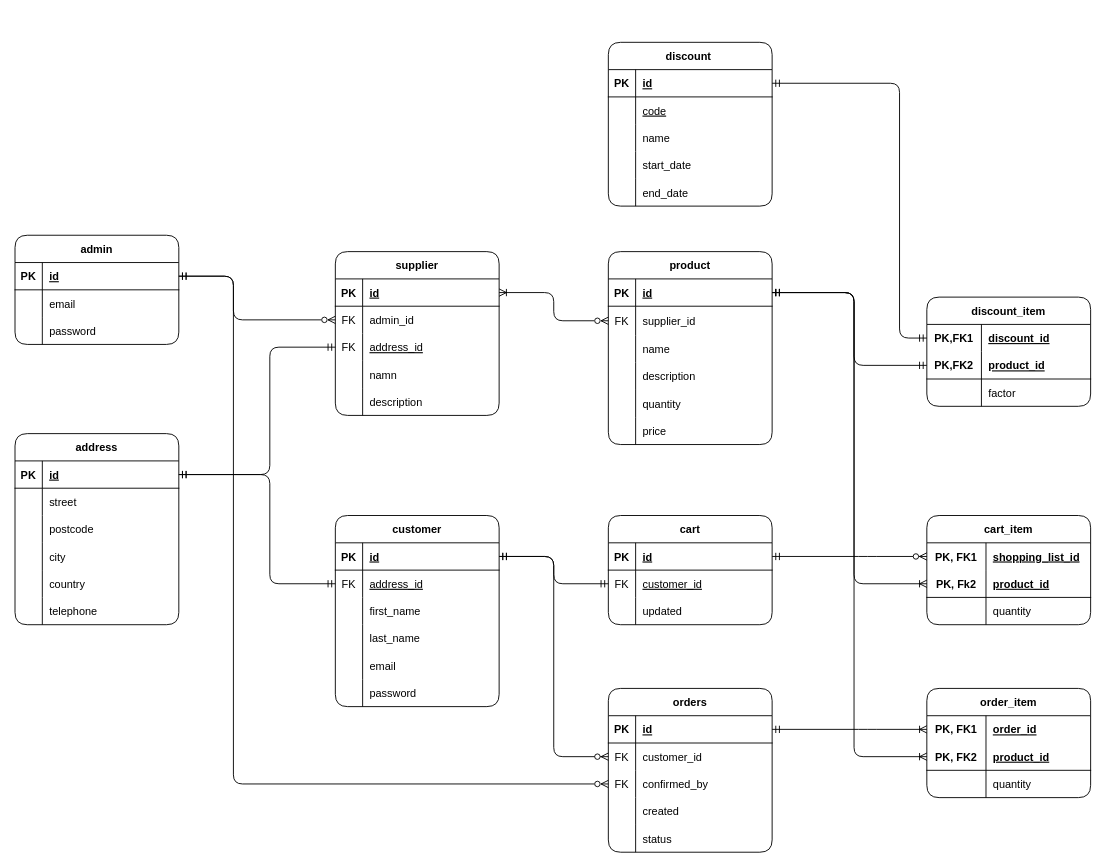
This is project/res/online_store.drawio from mnerv/log_horizon_scrub, a draw.io file, before an edit. Source tidied: cells renumbered, new cells numbered last; positions are measured from the earlier drawing's top-left corner, leaving out a move shared by most shapes. Both pictures are drawn from the tidied source at 91%, with x=0, y=0 at pixel (15, 42).
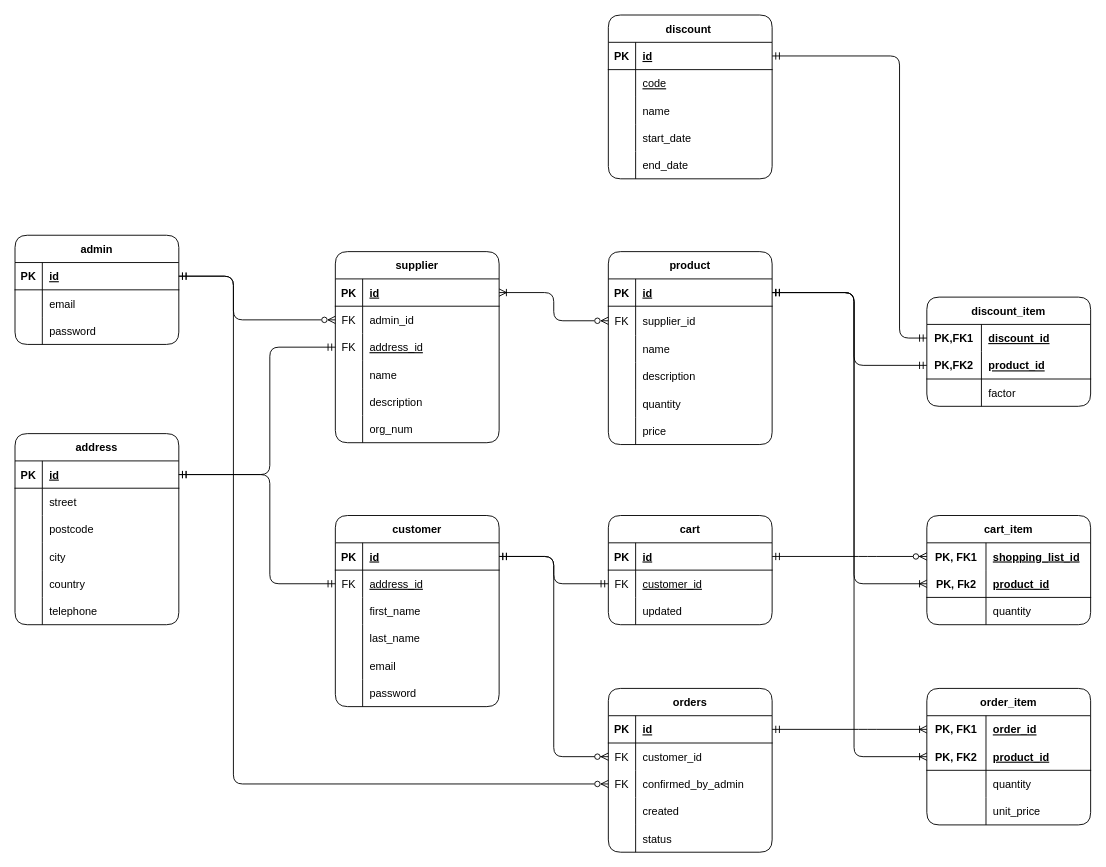
The same page after the edit.

Commit message:
project: order_item include unit price

This is for keeping track of prices after a discount has been applied.

The change refers to these unchanged cells:
```xml
<mxCell id="50" style="shape=tableRow;horizontal=0;startSize=0;swimlaneHead=0;swimlaneBody=0;fillColor=none;points=[[0,0.5],[1,0.5]];portConstraint=eastwest;top=0;left=0;right=0;bottom=0;" parent="43" vertex="1">
  <mxGeometry y="90" width="180" height="30" as="geometry" />
</mxCell>
<mxCell id="102" style="shape=tableRow;horizontal=0;startSize=0;swimlaneHead=0;swimlaneBody=0;fillColor=none;top=0;left=0;right=0;bottom=0;" parent="92" vertex="1">
  <mxGeometry y="120" width="180" height="30" as="geometry" />
</mxCell>
<mxCell id="141" style="shape=tableRow;horizontal=0;startSize=0;swimlaneHead=0;swimlaneBody=0;fillColor=none;points=[[0,0.5],[1,0.5]];portConstraint=eastwest;top=0;left=0;right=0;bottom=1;" parent="140" vertex="1">
  <mxGeometry y="30" width="180" height="30" as="geometry" />
</mxCell>
<mxCell id="157" style="shape=tableRow;horizontal=0;startSize=0;swimlaneHead=0;swimlaneBody=0;fillColor=none;points=[[0,0.5],[1,0.5]];portConstraint=eastwest;top=0;left=0;right=0;bottom=0;" parent="156" vertex="1">
  <mxGeometry y="30" width="180" height="30" as="geometry" />
</mxCell>
```

Change to the diagram source:
```diff
@@
-    <mxCell id="52" value="confirmed_by" style="shape=partialRectangle;fillColor=none;top=0;left=0;bottom=0;right=0;align=left;spacingLeft=6;fontStyle=0;overflow=hidden;" parent="50" vertex="1">
+    <mxCell id="52" value="confirmed_by_admin" style="shape=partialRectangle;fillColor=none;top=0;left=0;bottom=0;right=0;align=left;spacingLeft=6;fontStyle=0;overflow=hidden;" parent="50" vertex="1">
       <mxGeometry x="30" width="150" height="30" as="geometry" />
     </mxCell>
@@
     <mxCell id="59" value="order_item" style="shape=table;startSize=30;childLayout=tableLayout;rowLines=0;fontStyle=1;align=center;rounded=1;" parent="1" vertex="1">
-      <mxGeometry x="1002" y="710" width="180" height="120" as="geometry" />
+      <mxGeometry x="1002" y="710" width="180" height="150" as="geometry" />
     </mxCell>
@@
+    <mxCell id="170" style="shape=tableRow;horizontal=0;startSize=0;swimlaneHead=0;swimlaneBody=0;fillColor=none;top=0;left=0;right=0;bottom=0;rounded=1;" parent="59" vertex="1">
+      <mxGeometry y="120" width="180" height="30" as="geometry" />
+    </mxCell>
+    <mxCell id="171" style="shape=partialRectangle;fillColor=none;top=0;left=0;bottom=0;right=0;overflow=hidden;rounded=1;" parent="170" vertex="1">
+      <mxGeometry width="65" height="30" as="geometry" />
+    </mxCell>
+    <mxCell id="172" value="unit_price" style="shape=partialRectangle;fillColor=none;top=0;left=0;bottom=0;right=0;align=left;spacingLeft=6;overflow=hidden;rounded=1;" parent="170" vertex="1">
+      <mxGeometry x="65" width="115" height="30" as="geometry" />
+    </mxCell>
@@
     <mxCell id="92" value="supplier" style="shape=table;startSize=30;childLayout=tableLayout;rowLines=0;fontStyle=1;align=center;rounded=1;" parent="1" vertex="1">
-      <mxGeometry x="352" y="230" width="180" height="180" as="geometry" />
+      <mxGeometry x="352" y="230" width="180" height="210" as="geometry" />
     </mxCell>
@@
-    <mxCell id="104" value="namn" style="shape=partialRectangle;fillColor=none;top=0;left=0;bottom=0;right=0;align=left;spacingLeft=6;overflow=hidden;" parent="102" vertex="1">
+    <mxCell id="104" value="name" style="shape=partialRectangle;fillColor=none;top=0;left=0;bottom=0;right=0;align=left;spacingLeft=6;overflow=hidden;" parent="102" vertex="1">
       <mxGeometry x="30" width="150" height="30" as="geometry" />
     </mxCell>
@@
+    <mxCell id="173" style="shape=tableRow;horizontal=0;startSize=0;swimlaneHead=0;swimlaneBody=0;fillColor=none;top=0;left=0;right=0;bottom=0;rounded=1;" parent="92" vertex="1">
+      <mxGeometry y="180" width="180" height="30" as="geometry" />
+    </mxCell>
+    <mxCell id="174" style="shape=partialRectangle;fillColor=none;top=0;left=0;bottom=0;right=0;overflow=hidden;rounded=1;" parent="173" vertex="1">
+      <mxGeometry width="30" height="30" as="geometry" />
+    </mxCell>
+    <mxCell id="175" value="org_num" style="shape=partialRectangle;fillColor=none;top=0;left=0;bottom=0;right=0;align=left;spacingLeft=6;overflow=hidden;rounded=1;" parent="173" vertex="1">
+      <mxGeometry x="30" width="150" height="30" as="geometry" />
+    </mxCell>
@@
     <mxCell id="140" value="discount " style="shape=table;startSize=30;childLayout=tableLayout;rowLines=0;fontStyle=1;align=center;rounded=1;" parent="1" vertex="1">
-      <mxGeometry x="652" width="180" height="180" as="geometry" />
+      <mxGeometry x="652" y="-30" width="180" height="180" as="geometry" />
     </mxCell>
@@
     <mxCell id="166" style="edgeStyle=orthogonalEdgeStyle;rounded=1;jettySize=auto;html=1;exitX=0;exitY=0.5;exitDx=0;exitDy=0;entryX=1;entryY=0.5;entryDx=0;entryDy=0;startArrow=ERmandOne;startFill=0;endArrow=ERmandOne;endFill=0;" parent="1" edge="1" source="157" target="141">
       <mxGeometry relative="1" as="geometry">
         <Array as="points">
           <mxPoint x="972" y="325" />
-          <mxPoint x="972" y="45" />
+          <mxPoint x="972" y="15" />
         </Array>
       </mxGeometry>
     </mxCell>
```
